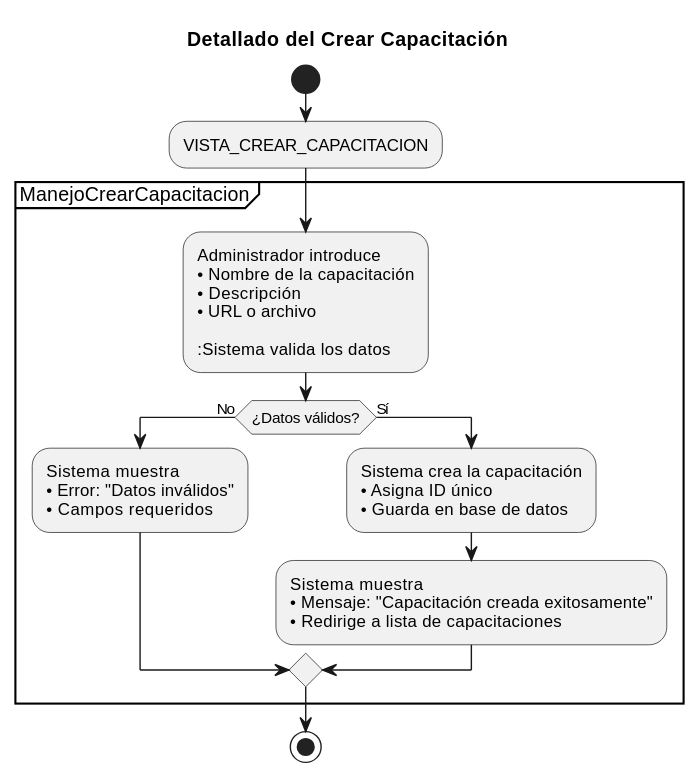
The PlantUML diagram documentos/imagenes/casos_de_uso/diagramas_casos_de_uso_detallados/crear_capacitacion.svg in Dievex/24-25-IdSw1-SDR, before a commit. Source of this version:
```plantuml
@startuml
title Detallado del Crear Capacitación

start

:VISTA_CREAR_CAPACITACION;

partition ManejoCrearCapacitacion {

  :Administrador introduce
  • Nombre de la capacitación
  • Descripción
  • URL o archivo

  :Sistema valida los datos;

  if (¿Datos válidos?) then (No)
    :Sistema muestra
    • Error: "Datos inválidos"
    • Campos requeridos;

  else (Sí)
    :Sistema crea la capacitación
    • Asigna ID único
    • Guarda en base de datos;

    :Sistema muestra
    • Mensaje: "Capacitación creada exitosamente"
    • Redirige a lista de capacitaciones;

  endif

}

stop
@enduml
```
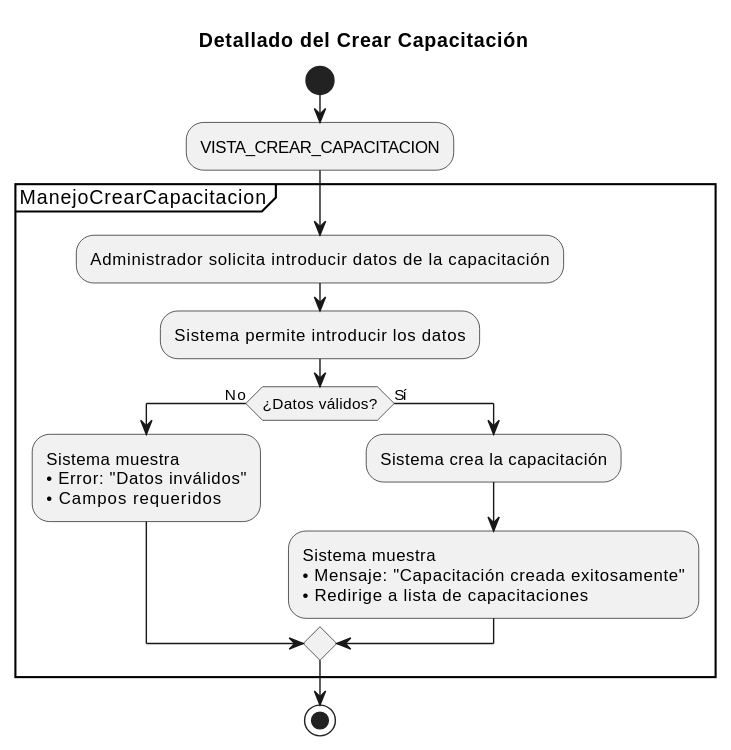
Later version of the same file.

Diff of the diagram source:
```diff
@@ -7,12 +7,9 @@
 
 partition ManejoCrearCapacitacion {
 
-  :Administrador introduce
-  • Nombre de la capacitación
-  • Descripción
-  • URL o archivo
+  :Administrador solicita introducir datos de la capacitación;
 
-  :Sistema valida los datos;
+  :Sistema permite introducir los datos;
 
   if (¿Datos válidos?) then (No)
     :Sistema muestra
@@ -20,9 +17,7 @@
     • Campos requeridos;
 
   else (Sí)
-    :Sistema crea la capacitación
-    • Asigna ID único
-    • Guarda en base de datos;
+    :Sistema crea la capacitación;
 
     :Sistema muestra
     • Mensaje: "Capacitación creada exitosamente"
```
